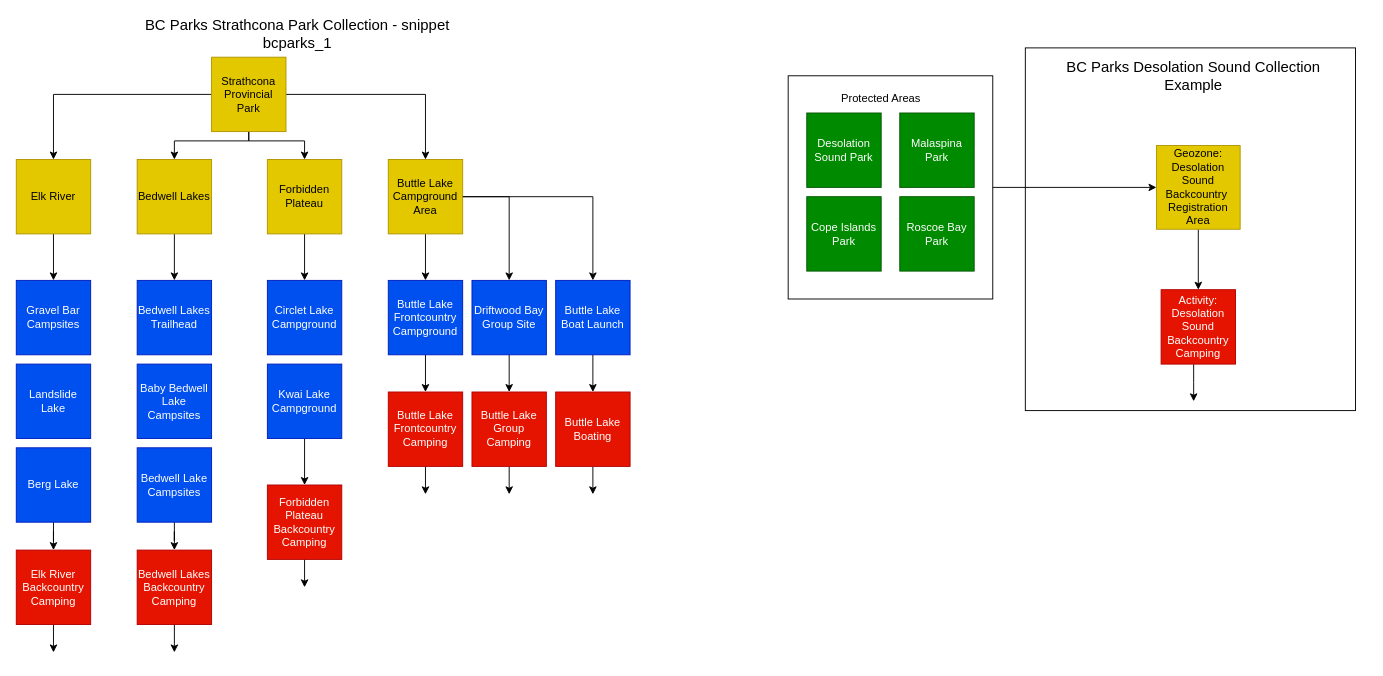
Before: page "Simple Collection 0" (6 of 8) of docs/data-model/reservations_data_model.drawio in bcgov/reserve-rec-api, a draw.io diagram. Source tidied: cells renumbered, new cells numbered last; positions are measured from the earlier drawing's top-left corner, leaving out a move shared by most shapes. Both pictures are drawn from the tidied source at 93%, with x=0, y=0 at pixel (16, 20).
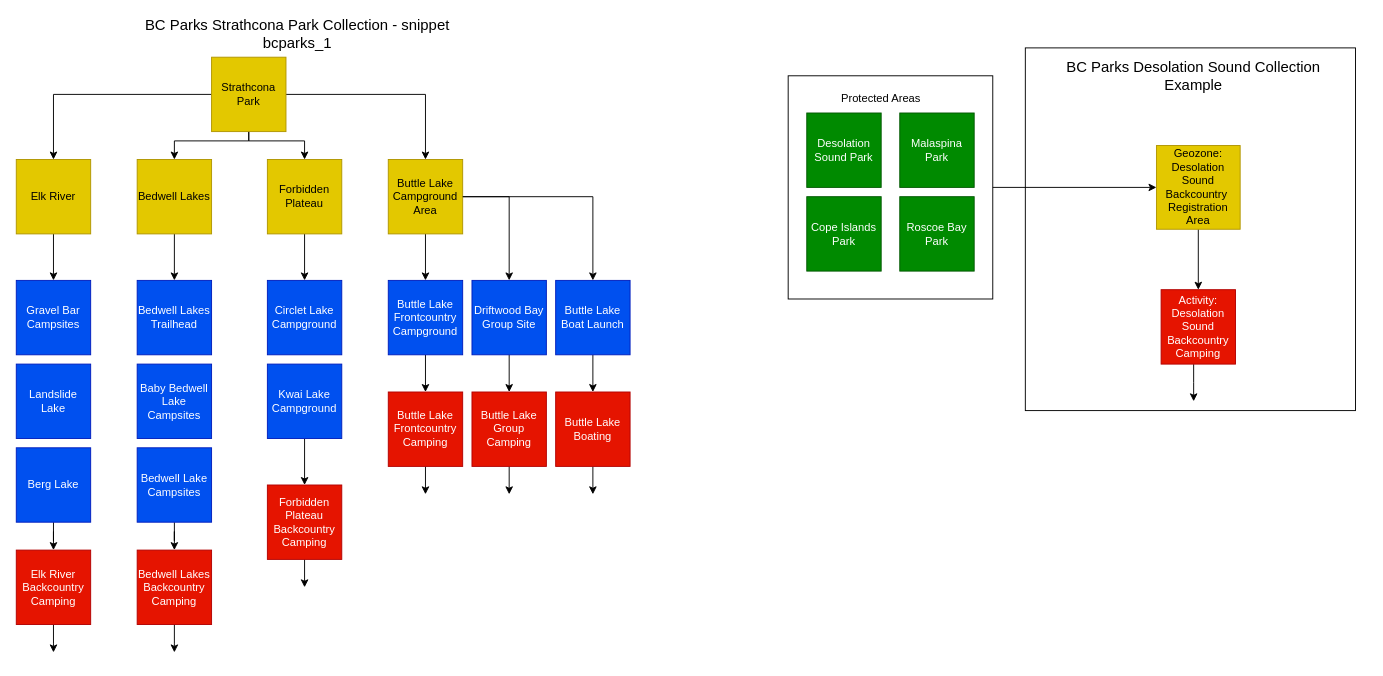
After the change.

Commit message (it also covers changes not shown here):
PRDT-473: remove 'provincial' from park names (#479)

What changed in the source:
```diff
@@
-    <mxCell id="12" value="Strathcona Provincial Park" style="whiteSpace=wrap;html=1;fillColor=#e3c800;fontColor=#000000;strokeColor=#B09500;" parent="1" vertex="1">
+    <mxCell id="12" value="Strathcona Park" style="whiteSpace=wrap;html=1;fillColor=#e3c800;fontColor=#000000;strokeColor=#B09500;" parent="1" vertex="1">
       <mxGeometry x="210" y="40" width="80" height="80" as="geometry" />
     </mxCell>
```
